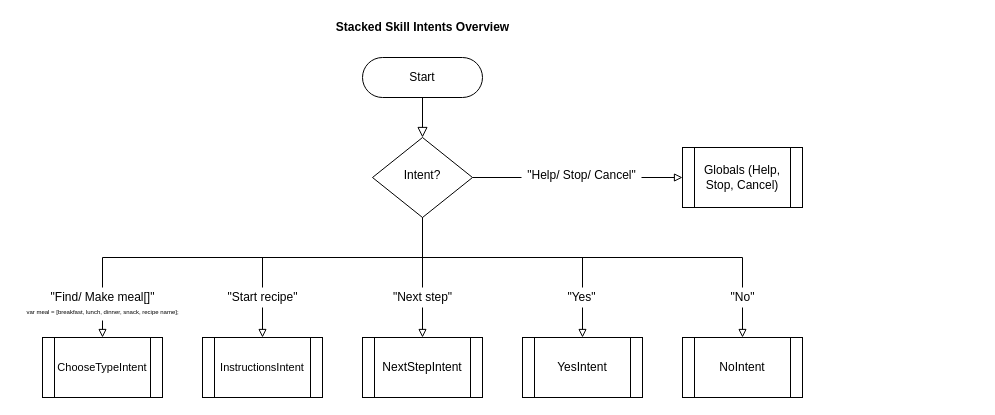
The draw.io diagram overall-user-flow.drawio in denaetions/stacked, before the edit. Source tidied: cells renumbered, new cells numbered last; positions are measured from the earlier drawing's top-left corner, leaving out a move shared by most shapes. Both pictures are drawn from the tidied source at 100%, with x=0, y=0 at pixel (17, 17).
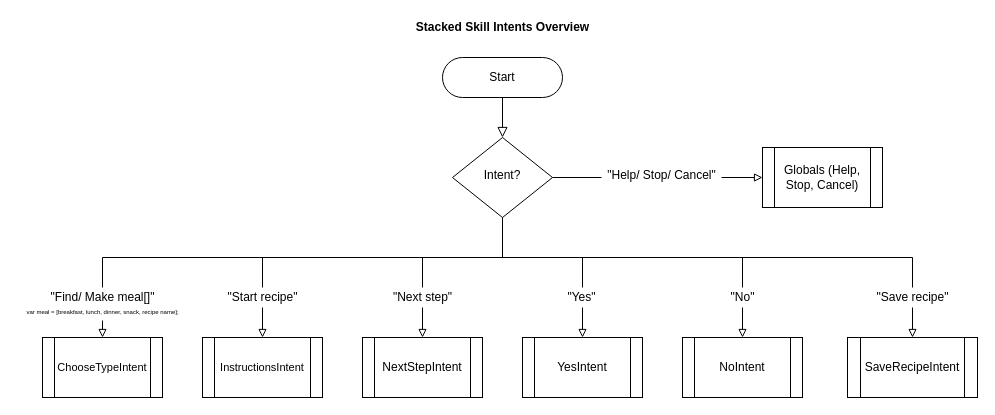
The same page after the edit.

Unchanged cells that the change refers to:
```xml
<mxCell id="12" value="NextStepIntent" style="shape=process;whiteSpace=wrap;html=1;backgroundOutline=1;" parent="1" vertex="1">
  <mxGeometry x="345" y="320" width="120" height="60" as="geometry" />
</mxCell>
<mxCell id="13" value="&lt;font style=&quot;font-size: 11px&quot;&gt;InstructionsIntent&lt;/font&gt;" style="shape=process;whiteSpace=wrap;html=1;backgroundOutline=1;" parent="1" vertex="1">
  <mxGeometry x="185" y="320" width="120" height="60" as="geometry" />
</mxCell>
<mxCell id="14" value="&lt;font style=&quot;font-size: 11px&quot;&gt;ChooseTypeIntent&lt;/font&gt;" style="shape=process;whiteSpace=wrap;html=1;backgroundOutline=1;" parent="1" vertex="1">
  <mxGeometry x="25" y="320" width="120" height="60" as="geometry" />
</mxCell>
<mxCell id="16" value="YesIntent" style="shape=process;whiteSpace=wrap;html=1;backgroundOutline=1;" parent="1" vertex="1">
  <mxGeometry x="505" y="320" width="120" height="60" as="geometry" />
</mxCell>
<mxCell id="17" value="NoIntent" style="shape=process;whiteSpace=wrap;html=1;backgroundOutline=1;" parent="1" vertex="1">
  <mxGeometry x="665" y="320" width="120" height="60" as="geometry" />
</mxCell>
```

Change to the diagram source:
```diff
@@
     <mxCell id="3" value="Start" style="rounded=1;whiteSpace=wrap;html=1;fontSize=12;glass=0;strokeWidth=1;shadow=0;arcSize=50;" parent="1" vertex="1">
-      <mxGeometry x="345" y="40" width="120" height="40" as="geometry" />
+      <mxGeometry x="425" y="40" width="120" height="40" as="geometry" />
     </mxCell>
     <mxCell id="4" style="edgeStyle=orthogonalEdgeStyle;rounded=0;jettySize=auto;html=1;exitX=0.5;exitY=1;exitDx=0;exitDy=0;endArrow=block;endFill=0;" parent="1" edge="1" source="10" target="14">
       <mxGeometry relative="1" as="geometry">
         <Array as="points">
-          <mxPoint x="405" y="240" />
+          <mxPoint x="485" y="240" />
           <mxPoint x="85" y="240" />
         </Array>
       </mxGeometry>
     </mxCell>
     <mxCell id="5" style="edgeStyle=orthogonalEdgeStyle;rounded=0;jettySize=auto;html=1;exitX=0.5;exitY=1;exitDx=0;exitDy=0;entryX=0.5;entryY=0;entryDx=0;entryDy=0;endArrow=block;endFill=0;" parent="1" edge="1" source="10" target="13">
       <mxGeometry relative="1" as="geometry">
         <Array as="points">
-          <mxPoint x="405" y="240" />
+          <mxPoint x="485" y="240" />
           <mxPoint x="245" y="240" />
         </Array>
       </mxGeometry>
     </mxCell>
     <mxCell id="6" style="edgeStyle=orthogonalEdgeStyle;rounded=0;jettySize=auto;html=1;exitX=0.5;exitY=1;exitDx=0;exitDy=0;entryX=0.5;entryY=0;entryDx=0;entryDy=0;endArrow=block;endFill=0;" parent="1" edge="1" source="10" target="12">
-      <mxGeometry relative="1" as="geometry" />
+      <mxGeometry relative="1" as="geometry">
+        <Array as="points">
+          <mxPoint x="485" y="240" />
+          <mxPoint x="405" y="240" />
+        </Array>
+      </mxGeometry>
     </mxCell>
     <mxCell id="7" style="edgeStyle=orthogonalEdgeStyle;rounded=0;jettySize=auto;html=1;exitX=0.5;exitY=1;exitDx=0;exitDy=0;entryX=0.5;entryY=0;entryDx=0;entryDy=0;endArrow=block;endFill=0;" parent="1" edge="1" source="10" target="16">
       <mxGeometry relative="1" as="geometry">
         <Array as="points">
-          <mxPoint x="405" y="240" />
+          <mxPoint x="485" y="240" />
           <mxPoint x="565" y="240" />
         </Array>
       </mxGeometry>
     </mxCell>
     <mxCell id="8" style="edgeStyle=orthogonalEdgeStyle;rounded=0;jettySize=auto;html=1;exitX=0.5;exitY=1;exitDx=0;exitDy=0;entryX=0.5;entryY=0;entryDx=0;entryDy=0;endArrow=block;endFill=0;" parent="1" edge="1" source="10" target="17">
       <mxGeometry relative="1" as="geometry">
         <Array as="points">
-          <mxPoint x="405" y="240" />
+          <mxPoint x="485" y="240" />
           <mxPoint x="725" y="240" />
         </Array>
       </mxGeometry>
     </mxCell>
@@
+    <mxCell id="25" style="edgeStyle=orthogonalEdgeStyle;rounded=0;jettySize=auto;html=1;exitX=0.5;exitY=1;exitDx=0;exitDy=0;entryX=0.5;entryY=0;entryDx=0;entryDy=0;endArrow=block;endFill=0;" parent="1" edge="1" source="10" target="26">
+      <mxGeometry relative="1" as="geometry">
+        <Array as="points">
+          <mxPoint x="485" y="240" />
+          <mxPoint x="895" y="240" />
+        </Array>
+      </mxGeometry>
+    </mxCell>
     <mxCell id="10" value="Intent?" style="rhombus;whiteSpace=wrap;html=1;shadow=0;fontFamily=Helvetica;fontSize=12;align=center;strokeWidth=1;spacing=6;spacingTop=-4;" parent="1" vertex="1">
-      <mxGeometry x="355" y="120" width="100" height="80" as="geometry" />
+      <mxGeometry x="435" y="120" width="100" height="80" as="geometry" />
     </mxCell>
     <mxCell id="11" value="&lt;b&gt;Stacked Skill Intents Overview&lt;/b&gt;" style="text;html=1;align=center;verticalAlign=middle;" parent="1" vertex="1">
-      <mxGeometry x="310" width="190" height="20" as="geometry" />
+      <mxGeometry x="390" width="190" height="20" as="geometry" />
     </mxCell>
@@
     <mxCell id="15" value="Globals (Help, Stop, Cancel)" style="shape=process;whiteSpace=wrap;html=1;backgroundOutline=1;" parent="1" vertex="1">
-      <mxGeometry x="665" y="130" width="120" height="60" as="geometry" />
+      <mxGeometry x="745" y="130" width="120" height="60" as="geometry" />
     </mxCell>
@@
     <mxCell id="24" value="&quot;Help/ Stop/ Cancel&quot;" style="text;html=1;align=center;verticalAlign=middle;fillColor=#ffffff;" parent="1" vertex="1">
-      <mxGeometry x="504" y="148" width="120" height="20" as="geometry" />
+      <mxGeometry x="584" y="148" width="120" height="20" as="geometry" />
     </mxCell>
+    <mxCell id="26" value="SaveRecipeIntent" style="shape=process;whiteSpace=wrap;html=1;backgroundOutline=1;" parent="1" vertex="1">
+      <mxGeometry x="830" y="320" width="130" height="60" as="geometry" />
+    </mxCell>
+    <mxCell id="27" value="&quot;Save recipe&quot;" style="text;html=1;align=center;verticalAlign=middle;fillColor=#ffffff;" parent="1" vertex="1">
+      <mxGeometry x="850" y="270" width="90" height="20" as="geometry" />
+    </mxCell>
```
